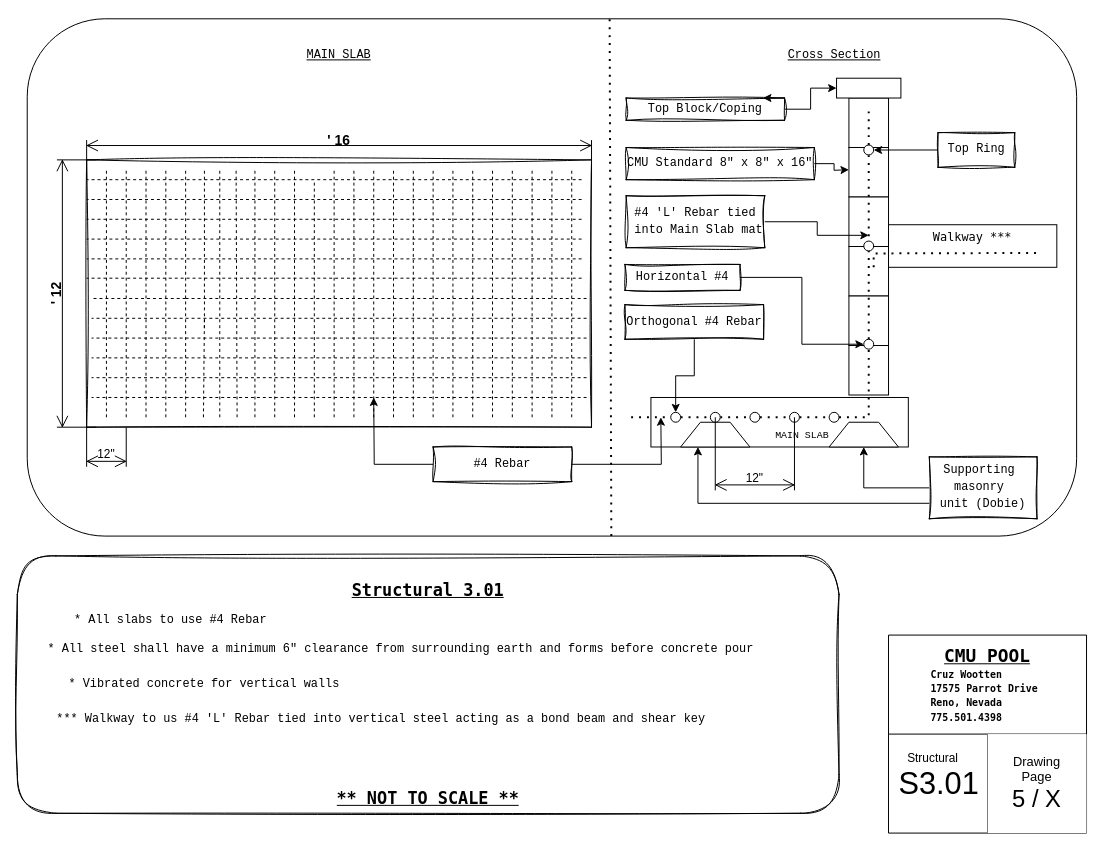
This is POOLDWG5.drawio from LilWikipedia/parrotpool, a draw.io file, before an edit. Source tidied: cells renumbered, new cells numbered last; positions are measured from the earlier drawing's top-left corner, leaving out a move shared by most shapes. Both pictures are drawn from the tidied source at 99%, with x=0, y=0 at pixel (17, 19).
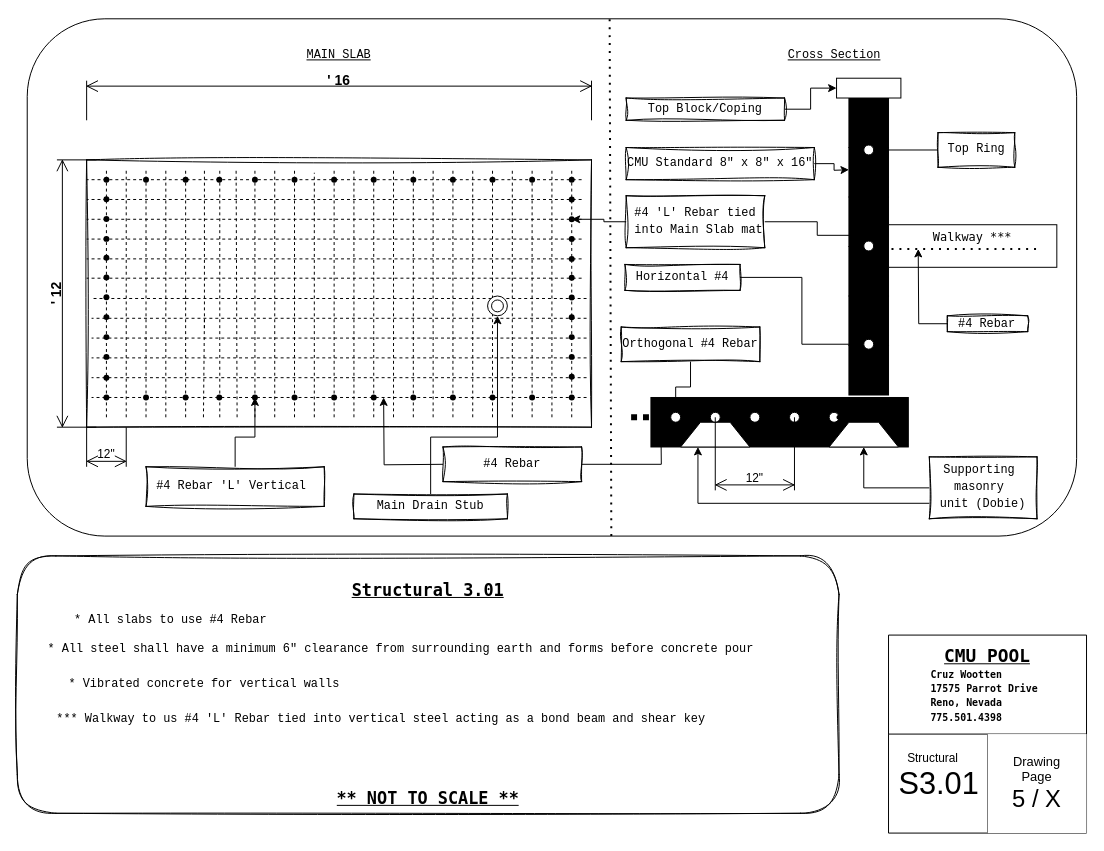
Above is the later version.

The change refers to these unchanged cells:
```xml
<mxCell id="65" value="&lt;pre&gt;Top Block/Coping&lt;/pre&gt;" style="text;html=1;align=center;verticalAlign=middle;whiteSpace=wrap;rounded=0;strokeColor=default;sketch=1;curveFitting=1;jiggle=2;" parent="1" vertex="1">
  <mxGeometry x="615" y="79.5" width="160" height="22.5" as="geometry" />
</mxCell>
<mxCell id="71" style="ellipse;whiteSpace=wrap;html=1;" parent="1" vertex="1">
  <mxGeometry x="820" y="397" width="10" height="10" as="geometry" />
</mxCell>
<mxCell id="73" style="ellipse;whiteSpace=wrap;html=1;" parent="1" vertex="1">
  <mxGeometry x="780" y="397" width="10" height="10" as="geometry" />
</mxCell>
<mxCell id="75" style="ellipse;whiteSpace=wrap;html=1;" parent="1" vertex="1">
  <mxGeometry x="740" y="397" width="10" height="10" as="geometry" />
</mxCell>
<mxCell id="77" style="ellipse;whiteSpace=wrap;html=1;" parent="1" vertex="1">
  <mxGeometry x="700" y="397" width="10" height="10" as="geometry" />
</mxCell>
<mxCell id="79" style="ellipse;whiteSpace=wrap;html=1;" parent="1" vertex="1">
  <mxGeometry x="660" y="397" width="10" height="10" as="geometry" />
</mxCell>
<mxCell id="81" style="ellipse;whiteSpace=wrap;html=1;" parent="1" vertex="1">
  <mxGeometry x="855" y="323.2" width="10" height="10" as="geometry" />
</mxCell>
<mxCell id="94" value="&lt;div style=&quot;line-height: 40%;&quot;&gt;&lt;pre&gt;#4 'L' Rebar tied&lt;/pre&gt;&lt;pre&gt; into Main Slab mat&lt;/pre&gt;&lt;/div&gt;" style="text;html=1;align=center;verticalAlign=middle;whiteSpace=wrap;rounded=0;strokeColor=default;sketch=1;curveFitting=1;jiggle=2;" parent="1" vertex="1">
  <mxGeometry x="615" y="178.2" width="140" height="52.5" as="geometry" />
</mxCell>
```

The edit, as a diff of the source:
```diff
@@
-    <mxCell id="27" style="endArrow=none;dashed=1;html=1;rounded=0;" parent="1" edge="1">
+    <mxCell id="27" style="endArrow=none;dashed=1;html=1;rounded=0;sourcePerimeterSpacing=10;targetPerimeterSpacing=4;" parent="1" edge="1">
       <mxGeometry relative="1" as="geometry">
         <mxPoint x="300" y="402" as="sourcePoint" />
-        <mxPoint x="300" y="162" as="targetPoint" />
+        <mxPoint x="300" y="155" as="targetPoint" />
       </mxGeometry>
     </mxCell>
@@
-    <mxCell id="53" style="rounded=0;whiteSpace=wrap;html=1;" parent="1" vertex="1">
+    <mxCell id="53" style="rounded=0;whiteSpace=wrap;html=1;fillStyle=cross-hatch;strokeColor=default;align=center;verticalAlign=middle;fontFamily=Helvetica;fontSize=12;fontColor=default;fillColor=light-dark(#FFFFFF,#AEAEAE);" parent="1" vertex="1">
       <mxGeometry x="840" y="79.5" width="40" height="50" as="geometry" />
     </mxCell>
-    <mxCell id="54" style="rounded=0;whiteSpace=wrap;html=1;" parent="1" vertex="1">
+    <mxCell id="54" style="rounded=0;whiteSpace=wrap;html=1;fillStyle=cross-hatch;strokeColor=default;align=center;verticalAlign=middle;fontFamily=Helvetica;fontSize=12;fontColor=default;fillColor=light-dark(#FFFFFF,#AEAEAE);" parent="1" vertex="1">
       <mxGeometry x="840" y="129.5" width="40" height="50" as="geometry" />
     </mxCell>
-    <mxCell id="55" style="rounded=0;whiteSpace=wrap;html=1;" parent="1" vertex="1">
+    <mxCell id="55" style="rounded=0;whiteSpace=wrap;html=1;fillStyle=cross-hatch;strokeColor=default;align=center;verticalAlign=middle;fontFamily=Helvetica;fontSize=12;fontColor=default;fillColor=light-dark(#FFFFFF,#AEAEAE);" parent="1" vertex="1">
       <mxGeometry x="840" y="179.5" width="40" height="50" as="geometry" />
     </mxCell>
-    <mxCell id="56" style="rounded=0;whiteSpace=wrap;html=1;" parent="1" vertex="1">
+    <mxCell id="56" style="rounded=0;whiteSpace=wrap;html=1;fillStyle=cross-hatch;strokeColor=default;align=center;verticalAlign=middle;fontFamily=Helvetica;fontSize=12;fontColor=default;fillColor=light-dark(#FFFFFF,#AEAEAE);" parent="1" vertex="1">
       <mxGeometry x="840" y="229.5" width="40" height="50" as="geometry" />
     </mxCell>
-    <mxCell id="57" style="rounded=0;whiteSpace=wrap;html=1;" parent="1" vertex="1">
+    <mxCell id="57" style="rounded=0;whiteSpace=wrap;html=1;fillStyle=cross-hatch;strokeColor=default;align=center;verticalAlign=middle;fontFamily=Helvetica;fontSize=12;fontColor=default;fillColor=light-dark(#FFFFFF,#AEAEAE);" parent="1" vertex="1">
       <mxGeometry x="840" y="279.5" width="40" height="50" as="geometry" />
     </mxCell>
-    <mxCell id="58" style="rounded=0;whiteSpace=wrap;html=1;" parent="1" vertex="1">
+    <mxCell id="58" style="rounded=0;whiteSpace=wrap;html=1;fillStyle=cross-hatch;fillColor=light-dark(#FFFFFF,#AEAEAE);" parent="1" vertex="1">
       <mxGeometry x="840" y="329.5" width="40" height="50" as="geometry" />
     </mxCell>
@@
-    <mxCell id="60" style="rounded=0;whiteSpace=wrap;html=1;" parent="1" vertex="1">
+    <mxCell id="60" style="rounded=0;whiteSpace=wrap;html=1;fillStyle=hatch;fillColor=light-dark(#FFFFFF,#808080);" parent="1" vertex="1">
       <mxGeometry x="640" y="382" width="260" height="50" as="geometry" />
     </mxCell>
@@
-    <mxCell id="66" style="edgeStyle=orthogonalEdgeStyle;rounded=0;orthogonalLoop=1;jettySize=auto;html=1;exitX=1;exitY=0;exitDx=0;exitDy=0;entryX=0.864;entryY=-0.025;entryDx=0;entryDy=0;entryPerimeter=0;" parent="1" edge="1" source="65" target="65">
-      <mxGeometry relative="1" as="geometry" />
-    </mxCell>
@@
-    <mxCell id="70" style="endArrow=none;dashed=1;html=1;dashPattern=1 3;strokeWidth=2;rounded=0;" parent="1" edge="1" source="73" target="71">
+    <mxCell id="70" style="endArrow=none;dashed=1;html=1;dashPattern=1 1;strokeWidth=6;rounded=0;strokeColor=default;align=center;verticalAlign=middle;fontFamily=Helvetica;fontSize=11;fontColor=default;labelBackgroundColor=default;" parent="1" edge="1" source="73" target="71">
       <mxGeometry relative="1" as="geometry" />
     </mxCell>
@@
-    <mxCell id="72" style="endArrow=none;dashed=1;html=1;dashPattern=1 3;strokeWidth=2;rounded=0;" parent="1" edge="1" source="75" target="73">
+    <mxCell id="72" style="endArrow=none;dashed=1;html=1;dashPattern=1 1;strokeWidth=6;rounded=0;strokeColor=default;align=center;verticalAlign=middle;fontFamily=Helvetica;fontSize=11;fontColor=default;labelBackgroundColor=default;" parent="1" edge="1" source="75" target="73">
       <mxGeometry relative="1" as="geometry" />
     </mxCell>
@@
-    <mxCell id="74" style="endArrow=none;dashed=1;html=1;dashPattern=1 3;strokeWidth=2;rounded=0;" parent="1" edge="1" source="77" target="75">
+    <mxCell id="74" style="endArrow=none;dashed=1;html=1;dashPattern=1 1;strokeWidth=6;rounded=0;" parent="1" edge="1" source="77" target="75">
       <mxGeometry relative="1" as="geometry" />
     </mxCell>
@@
-    <mxCell id="76" style="endArrow=none;dashed=1;html=1;dashPattern=1 3;strokeWidth=2;rounded=0;" parent="1" edge="1" source="79" target="77">
+    <mxCell id="76" style="endArrow=none;dashed=1;html=1;dashPattern=1 1;strokeWidth=6;rounded=0;strokeColor=default;align=center;verticalAlign=middle;fontFamily=Helvetica;fontSize=11;fontColor=default;labelBackgroundColor=default;" parent="1" edge="1" source="79" target="77">
       <mxGeometry relative="1" as="geometry" />
     </mxCell>
@@
-    <mxCell id="78" style="endArrow=none;dashed=1;html=1;dashPattern=1 3;strokeWidth=2;rounded=0;" parent="1" edge="1" target="79">
+    <mxCell id="78" style="endArrow=none;dashed=1;html=1;dashPattern=1 1;strokeWidth=6;rounded=0;strokeColor=default;align=center;verticalAlign=middle;fontFamily=Helvetica;fontSize=11;fontColor=default;labelBackgroundColor=default;" parent="1" edge="1" target="79">
       <mxGeometry relative="1" as="geometry">
         <mxPoint x="620" y="402" as="sourcePoint" />
       </mxGeometry>
     </mxCell>
@@
-    <mxCell id="80" style="endArrow=none;dashed=1;html=1;dashPattern=1 3;strokeWidth=2;rounded=0;" parent="1" edge="1" source="71" target="81">
+    <mxCell id="80" style="endArrow=none;dashed=1;html=1;strokeWidth=5;rounded=0;curved=0;sketch=1;curveFitting=1;jiggle=2;" parent="1" edge="1" source="71">
       <mxGeometry relative="1" as="geometry">
+        <mxPoint x="860" y="92" as="targetPoint" />
         <Array as="points">
           <mxPoint x="860" y="402" />
         </Array>
       </mxGeometry>
     </mxCell>
@@
     <mxCell id="88" value="&lt;div style=&quot;line-height: 40%;&quot;&gt;&lt;pre&gt;Orthogonal #4 Rebar&lt;/pre&gt;&lt;/div&gt;" style="text;html=1;align=center;verticalAlign=middle;whiteSpace=wrap;rounded=0;strokeColor=default;sketch=1;curveFitting=1;jiggle=2;" parent="1" vertex="1">
-      <mxGeometry x="613.8" y="288.2" width="140" height="35" as="geometry" />
+      <mxGeometry x="610" y="310.8" width="140" height="35" as="geometry" />
     </mxCell>
@@
-    <mxCell id="96" style="edgeStyle=orthogonalEdgeStyle;rounded=0;jettySize=auto;html=1;" parent="1" edge="1" source="97">
+    <mxCell id="96" style="edgeStyle=orthogonalEdgeStyle;rounded=0;orthogonalLoop=1;jettySize=auto;html=1;" parent="1" edge="1">
       <mxGeometry relative="1" as="geometry">
-        <mxPoint x="360" y="382" as="targetPoint" />
+        <mxPoint x="430" y="449.5" as="sourcePoint" />
+        <mxPoint x="370" y="382" as="targetPoint" />
       </mxGeometry>
     </mxCell>
     <mxCell id="97" value="&lt;div style=&quot;line-height: 40%;&quot;&gt;&lt;pre&gt;#4 Rebar&lt;/pre&gt;&lt;/div&gt;" style="text;html=1;align=center;verticalAlign=middle;whiteSpace=wrap;rounded=0;strokeColor=default;sketch=1;curveFitting=1;jiggle=2;" parent="1" vertex="1">
-      <mxGeometry x="420" y="432" width="140" height="35" as="geometry" />
+      <mxGeometry x="430" y="432" width="140" height="35" as="geometry" />
     </mxCell>
@@
     <mxCell id="100" value="&lt;b&gt;&lt;font style=&quot;font-size: 14px;&quot;&gt;' 16&lt;/font&gt;&lt;/b&gt;" style="shape=dimension;direction=west;whiteSpace=wrap;html=1;align=center;verticalAlign=top;spacingTop=-15;labelBackgroundColor=none;" parent="1" vertex="1">
-      <mxGeometry x="70" y="122" width="510" height="40" as="geometry" />
+      <mxGeometry x="70" y="62" width="510" height="40" as="geometry" />
     </mxCell>
@@
     <mxCell id="108" style="endArrow=none;dashed=1;html=1;dashPattern=1 3;strokeWidth=2;rounded=0;" parent="1" edge="1">
       <mxGeometry relative="1" as="geometry">
-        <mxPoint x="865" y="250.5" as="sourcePoint" />
-        <mxPoint x="1030" y="236" as="targetPoint" />
+        <mxPoint x="870" y="251" as="sourcePoint" />
+        <mxPoint x="1030" y="232" as="targetPoint" />
         <Array as="points">
-          <mxPoint x="865" y="236.5" />
+          <mxPoint x="870" y="232" />
         </Array>
       </mxGeometry>
     </mxCell>
@@
+    <mxCell id="110" style="ellipse;shape=doubleEllipse;whiteSpace=wrap;html=1;" parent="1" vertex="1">
+      <mxGeometry x="475" y="279.5" width="20" height="20" as="geometry" />
+    </mxCell>
+    <mxCell id="111" style="shape=waypoint;sketch=0;fillStyle=solid;size=6;fillColor=none;perimeter=centerPerimeter;" parent="1" vertex="1">
+      <mxGeometry x="550" y="372" width="20" height="20" as="geometry" />
+    </mxCell>
+    <mxCell id="112" style="shape=waypoint;sketch=0;fillStyle=solid;size=6;fillColor=none;perimeter=centerPerimeter;" parent="1" vertex="1">
+      <mxGeometry x="510" y="372" width="20" height="20" as="geometry" />
+    </mxCell>
+    <mxCell id="113" style="shape=waypoint;sketch=0;fillStyle=solid;size=6;fillColor=none;perimeter=centerPerimeter;" parent="1" vertex="1">
+      <mxGeometry x="430" y="372" width="20" height="20" as="geometry" />
+    </mxCell>
+    <mxCell id="114" style="shape=waypoint;sketch=0;fillStyle=solid;size=6;fillColor=none;perimeter=centerPerimeter;" parent="1" vertex="1">
+      <mxGeometry x="470" y="372" width="20" height="20" as="geometry" />
+    </mxCell>
+    <mxCell id="115" style="shape=waypoint;sketch=0;fillStyle=solid;size=6;fillColor=none;perimeter=centerPerimeter;" parent="1" vertex="1">
+      <mxGeometry x="350" y="372" width="20" height="20" as="geometry" />
+    </mxCell>
+    <mxCell id="116" style="shape=waypoint;sketch=0;fillStyle=solid;size=6;fillColor=none;perimeter=centerPerimeter;" parent="1" vertex="1">
+      <mxGeometry x="390" y="372" width="20" height="20" as="geometry" />
+    </mxCell>
+    <mxCell id="117" style="shape=waypoint;sketch=0;fillStyle=solid;size=6;fillColor=none;perimeter=centerPerimeter;" parent="1" vertex="1">
+      <mxGeometry x="270" y="372" width="20" height="20" as="geometry" />
+    </mxCell>
+    <mxCell id="118" style="shape=waypoint;sketch=0;fillStyle=solid;size=6;fillColor=none;perimeter=centerPerimeter;" parent="1" vertex="1">
+      <mxGeometry x="310" y="372" width="20" height="20" as="geometry" />
+    </mxCell>
+    <mxCell id="119" style="shape=waypoint;sketch=0;fillStyle=solid;size=6;points=[];fillColor=none;perimeter=centerPerimeter;snapToPoint=1;" parent="1" vertex="1">
+      <mxGeometry x="230" y="372" width="20" height="20" as="geometry" />
+    </mxCell>
+    <mxCell id="120" style="shape=waypoint;sketch=0;fillStyle=solid;size=6;fillColor=none;perimeter=centerPerimeter;" parent="1" vertex="1">
+      <mxGeometry x="194" y="372" width="20" height="20" as="geometry" />
+    </mxCell>
+    <mxCell id="121" style="shape=waypoint;sketch=0;fillStyle=solid;size=6;fillColor=none;perimeter=centerPerimeter;" parent="1" vertex="1">
+      <mxGeometry x="160" y="372" width="20" height="20" as="geometry" />
+    </mxCell>
+    <mxCell id="122" style="shape=waypoint;sketch=0;fillStyle=solid;size=6;fillColor=none;perimeter=centerPerimeter;" parent="1" vertex="1">
+      <mxGeometry x="120" y="372" width="20" height="20" as="geometry" />
+    </mxCell>
+    <mxCell id="123" style="shape=waypoint;sketch=0;fillStyle=solid;size=6;fillColor=none;perimeter=centerPerimeter;" parent="1" vertex="1">
+      <mxGeometry x="80" y="372" width="20" height="20" as="geometry" />
+    </mxCell>
+    <mxCell id="124" style="shape=waypoint;sketch=0;fillStyle=solid;size=6;fillColor=none;perimeter=centerPerimeter;" parent="1" vertex="1">
+      <mxGeometry x="80" y="152" width="20" height="20" as="geometry" />
+    </mxCell>
+    <mxCell id="125" style="shape=waypoint;sketch=0;fillStyle=solid;size=6;fillColor=none;perimeter=centerPerimeter;" parent="1" vertex="1">
+      <mxGeometry x="120" y="152" width="20" height="20" as="geometry" />
+    </mxCell>
+    <mxCell id="126" style="shape=waypoint;sketch=0;fillStyle=solid;size=6;fillColor=none;perimeter=centerPerimeter;" parent="1" vertex="1">
+      <mxGeometry x="160" y="152" width="20" height="20" as="geometry" />
+    </mxCell>
+    <mxCell id="127" style="shape=waypoint;sketch=0;fillStyle=solid;size=6;fillColor=none;perimeter=centerPerimeter;" parent="1" vertex="1">
+      <mxGeometry x="194" y="152" width="20" height="20" as="geometry" />
+    </mxCell>
+    <mxCell id="128" style="shape=waypoint;sketch=0;fillStyle=solid;size=6;fillColor=none;perimeter=centerPerimeter;" parent="1" vertex="1">
+      <mxGeometry x="230" y="152" width="20" height="20" as="geometry" />
+    </mxCell>
+    <mxCell id="129" style="shape=waypoint;sketch=0;fillStyle=solid;size=6;fillColor=none;perimeter=centerPerimeter;" parent="1" vertex="1">
+      <mxGeometry x="270" y="152" width="20" height="20" as="geometry" />
+    </mxCell>
+    <mxCell id="130" style="shape=waypoint;sketch=0;fillStyle=solid;size=6;fillColor=none;perimeter=centerPerimeter;" parent="1" vertex="1">
+      <mxGeometry x="310" y="152" width="20" height="20" as="geometry" />
+    </mxCell>
+    <mxCell id="131" style="shape=waypoint;sketch=0;fillStyle=solid;size=6;fillColor=none;perimeter=centerPerimeter;" parent="1" vertex="1">
+      <mxGeometry x="350" y="152" width="20" height="20" as="geometry" />
+    </mxCell>
+    <mxCell id="132" style="shape=waypoint;sketch=0;fillStyle=solid;size=6;fillColor=none;perimeter=centerPerimeter;" parent="1" vertex="1">
+      <mxGeometry x="390" y="152" width="20" height="20" as="geometry" />
+    </mxCell>
+    <mxCell id="133" style="shape=waypoint;sketch=0;fillStyle=solid;size=6;fillColor=none;perimeter=centerPerimeter;" parent="1" vertex="1">
+      <mxGeometry x="430" y="152" width="20" height="20" as="geometry" />
+    </mxCell>
+    <mxCell id="134" style="shape=waypoint;sketch=0;fillStyle=solid;size=6;fillColor=none;perimeter=centerPerimeter;" parent="1" vertex="1">
+      <mxGeometry x="470" y="152" width="20" height="20" as="geometry" />
+    </mxCell>
+    <mxCell id="135" style="shape=waypoint;sketch=0;fillStyle=solid;size=6;fillColor=none;perimeter=centerPerimeter;" parent="1" vertex="1">
+      <mxGeometry x="510" y="152" width="20" height="20" as="geometry" />
+    </mxCell>
+    <mxCell id="136" style="shape=waypoint;sketch=0;fillStyle=solid;size=6;fillColor=none;perimeter=centerPerimeter;" parent="1" vertex="1">
+      <mxGeometry x="550" y="152" width="20" height="20" as="geometry" />
+    </mxCell>
+    <mxCell id="137" style="shape=waypoint;sketch=0;fillStyle=solid;size=6;fillColor=none;perimeter=centerPerimeter;" parent="1" vertex="1">
+      <mxGeometry x="550" y="172" width="20" height="20" as="geometry" />
+    </mxCell>
+    <mxCell id="138" style="shape=waypoint;sketch=0;fillStyle=solid;size=6;points=[];fillColor=none;perimeter=centerPerimeter;snapToPoint=1;" parent="1" vertex="1">
+      <mxGeometry x="550" y="192" width="20" height="20" as="geometry" />
+    </mxCell>
+    <mxCell id="139" style="shape=waypoint;sketch=0;fillStyle=solid;size=6;fillColor=none;perimeter=centerPerimeter;" parent="1" vertex="1">
+      <mxGeometry x="550" y="212" width="20" height="20" as="geometry" />
+    </mxCell>
+    <mxCell id="140" style="shape=waypoint;sketch=0;fillStyle=solid;size=6;fillColor=none;perimeter=centerPerimeter;" parent="1" vertex="1">
+      <mxGeometry x="550" y="232" width="20" height="20" as="geometry" />
+    </mxCell>
+    <mxCell id="141" style="shape=waypoint;sketch=0;fillStyle=solid;size=6;fillColor=none;perimeter=centerPerimeter;" parent="1" vertex="1">
+      <mxGeometry x="550" y="251" width="20" height="20" as="geometry" />
+    </mxCell>
+    <mxCell id="142" style="shape=waypoint;sketch=0;fillStyle=solid;size=6;fillColor=none;perimeter=centerPerimeter;" parent="1" vertex="1">
+      <mxGeometry x="550" y="271" width="20" height="20" as="geometry" />
+    </mxCell>
+    <mxCell id="143" style="shape=waypoint;sketch=0;fillStyle=solid;size=6;fillColor=none;perimeter=centerPerimeter;" parent="1" vertex="1">
+      <mxGeometry x="550" y="291" width="20" height="20" as="geometry" />
+    </mxCell>
+    <mxCell id="144" style="shape=waypoint;sketch=0;fillStyle=solid;size=6;fillColor=none;perimeter=centerPerimeter;" parent="1" vertex="1">
+      <mxGeometry x="550" y="311" width="20" height="20" as="geometry" />
+    </mxCell>
+    <mxCell id="145" style="shape=waypoint;sketch=0;fillStyle=solid;size=6;fillColor=none;perimeter=centerPerimeter;" parent="1" vertex="1">
+      <mxGeometry x="550" y="331" width="20" height="20" as="geometry" />
+    </mxCell>
+    <mxCell id="146" style="shape=waypoint;sketch=0;fillStyle=solid;size=6;fillColor=none;perimeter=centerPerimeter;" parent="1" vertex="1">
+      <mxGeometry x="550" y="351" width="20" height="20" as="geometry" />
+    </mxCell>
+    <mxCell id="147" style="shape=waypoint;sketch=0;fillStyle=solid;size=6;fillColor=none;perimeter=centerPerimeter;" parent="1" vertex="1">
+      <mxGeometry x="80" y="352" width="20" height="20" as="geometry" />
+    </mxCell>
+    <mxCell id="148" style="shape=waypoint;sketch=0;fillStyle=solid;size=6;fillColor=none;perimeter=centerPerimeter;" parent="1" vertex="1">
+      <mxGeometry x="80" y="171.8" width="20" height="20" as="geometry" />
+    </mxCell>
+    <mxCell id="149" style="shape=waypoint;sketch=0;fillStyle=solid;size=6;fillColor=none;perimeter=centerPerimeter;" parent="1" vertex="1">
+      <mxGeometry x="80" y="191.8" width="20" height="20" as="geometry" />
+    </mxCell>
+    <mxCell id="150" style="shape=waypoint;sketch=0;fillStyle=solid;size=6;fillColor=none;perimeter=centerPerimeter;" parent="1" vertex="1">
+      <mxGeometry x="80" y="211.8" width="20" height="20" as="geometry" />
+    </mxCell>
+    <mxCell id="151" style="shape=waypoint;sketch=0;fillStyle=solid;size=6;fillColor=none;perimeter=centerPerimeter;" parent="1" vertex="1">
+      <mxGeometry x="80" y="230.8" width="20" height="20" as="geometry" />
+    </mxCell>
+    <mxCell id="152" style="shape=waypoint;sketch=0;fillStyle=solid;size=6;fillColor=none;perimeter=centerPerimeter;" parent="1" vertex="1">
+      <mxGeometry x="80" y="250.8" width="20" height="20" as="geometry" />
+    </mxCell>
+    <mxCell id="153" style="shape=waypoint;sketch=0;fillStyle=solid;size=6;fillColor=none;perimeter=centerPerimeter;" parent="1" vertex="1">
+      <mxGeometry x="80" y="270.8" width="20" height="20" as="geometry" />
+    </mxCell>
+    <mxCell id="154" style="shape=waypoint;sketch=0;fillStyle=solid;size=6;fillColor=none;perimeter=centerPerimeter;" parent="1" vertex="1">
+      <mxGeometry x="80" y="290.8" width="20" height="20" as="geometry" />
+    </mxCell>
+    <mxCell id="155" style="shape=waypoint;sketch=0;fillStyle=solid;size=6;fillColor=none;perimeter=centerPerimeter;" parent="1" vertex="1">
+      <mxGeometry x="80" y="331" width="20" height="20" as="geometry" />
+    </mxCell>
+    <mxCell id="156" style="shape=waypoint;sketch=0;fillStyle=solid;size=6;fillColor=none;perimeter=centerPerimeter;" parent="1" vertex="1">
+      <mxGeometry x="80" y="311" width="20" height="20" as="geometry" />
+    </mxCell>
+    <mxCell id="157" value="&lt;div style=&quot;line-height: 40%;&quot;&gt;&lt;pre&gt;#4 Rebar 'L' Vertical &lt;/pre&gt;&lt;/div&gt;" style="text;html=1;align=center;verticalAlign=middle;whiteSpace=wrap;rounded=0;strokeColor=default;sketch=1;curveFitting=1;jiggle=2;" parent="1" vertex="1">
+      <mxGeometry x="130" y="452" width="180" height="40" as="geometry" />
+    </mxCell>
+    <mxCell id="158" style="edgeStyle=orthogonalEdgeStyle;rounded=0;jettySize=auto;html=1;entryX=0.603;entryY=0.745;entryDx=0;entryDy=0;entryPerimeter=0;" parent="1" edge="1" source="157" target="119">
+      <mxGeometry relative="1" as="geometry" />
+    </mxCell>
+    <mxCell id="159" style="edgeStyle=orthogonalEdgeStyle;rounded=0;jettySize=auto;html=1;" parent="1" edge="1" source="160" target="110">
+      <mxGeometry relative="1" as="geometry">
+        <Array as="points">
+          <mxPoint x="418" y="422" />
+          <mxPoint x="485" y="422" />
+        </Array>
+      </mxGeometry>
+    </mxCell>
+    <mxCell id="160" value="&lt;div style=&quot;line-height: 40%;&quot;&gt;&lt;pre&gt;Main Drain Stub&lt;/pre&gt;&lt;/div&gt;" style="text;html=1;align=center;verticalAlign=middle;whiteSpace=wrap;rounded=0;strokeColor=default;sketch=1;curveFitting=1;jiggle=2;" parent="1" vertex="1">
+      <mxGeometry x="340" y="479.5" width="155" height="25" as="geometry" />
+    </mxCell>
+    <mxCell id="161" style="edgeStyle=orthogonalEdgeStyle;rounded=0;jettySize=auto;html=1;entryX=0.707;entryY=0.394;entryDx=0;entryDy=0;entryPerimeter=0;" parent="1" edge="1" source="94" target="138">
+      <mxGeometry relative="1" as="geometry" />
+    </mxCell>
+    <mxCell id="162" style="edgeStyle=orthogonalEdgeStyle;rounded=0;jettySize=auto;html=1;" parent="1" edge="1" source="163">
+      <mxGeometry relative="1" as="geometry">
+        <mxPoint x="910" y="232" as="targetPoint" />
+      </mxGeometry>
+    </mxCell>
+    <mxCell id="163" value="&lt;div style=&quot;line-height: 40%;&quot;&gt;&lt;pre&gt;#4 Rebar&lt;/pre&gt;&lt;/div&gt;" style="text;html=1;align=center;verticalAlign=middle;whiteSpace=wrap;rounded=0;strokeColor=default;sketch=1;curveFitting=1;jiggle=2;" parent="1" vertex="1">
+      <mxGeometry x="939.4" y="299.5" width="81.2" height="16" as="geometry" />
+    </mxCell>
```
